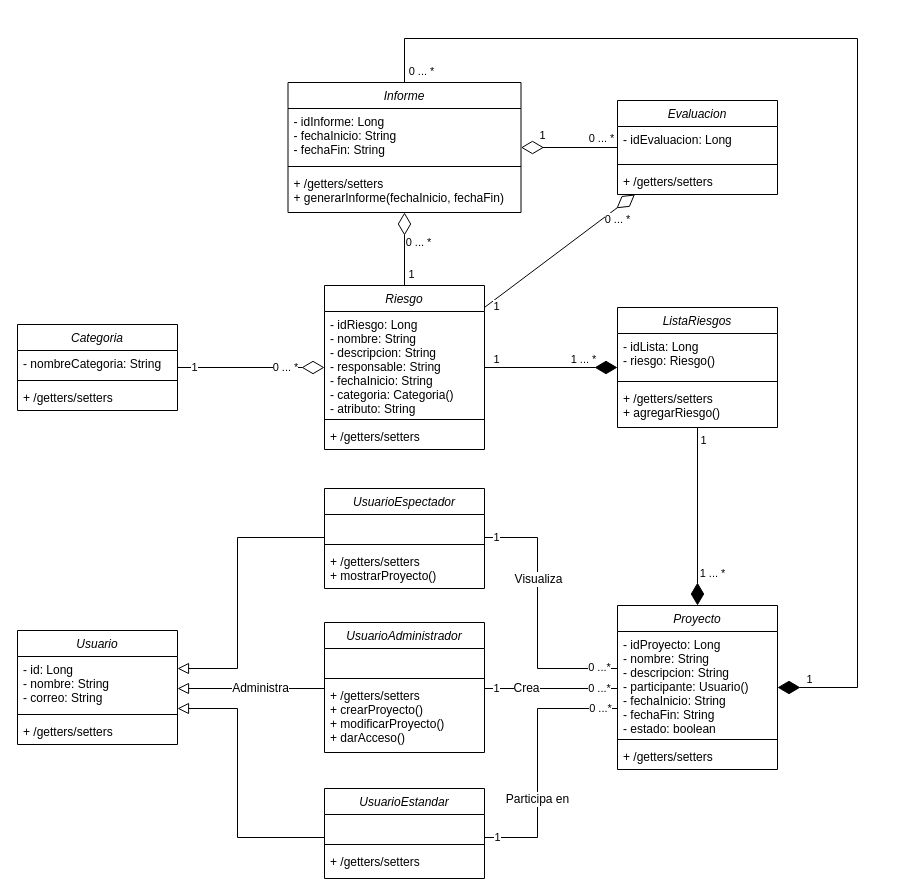
Earlier version of the draw.io diagram Recursos/Diagramas/Diagrama de clases.drawio (fxex/Vesta_Risk_Manager). Source tidied: cells renumbered, new cells numbered last; positions are measured from the earlier drawing's top-left corner, leaving out a move shared by most shapes. Both pictures are drawn from the tidied source at 100%, with x=0, y=0 at pixel (17, 38).
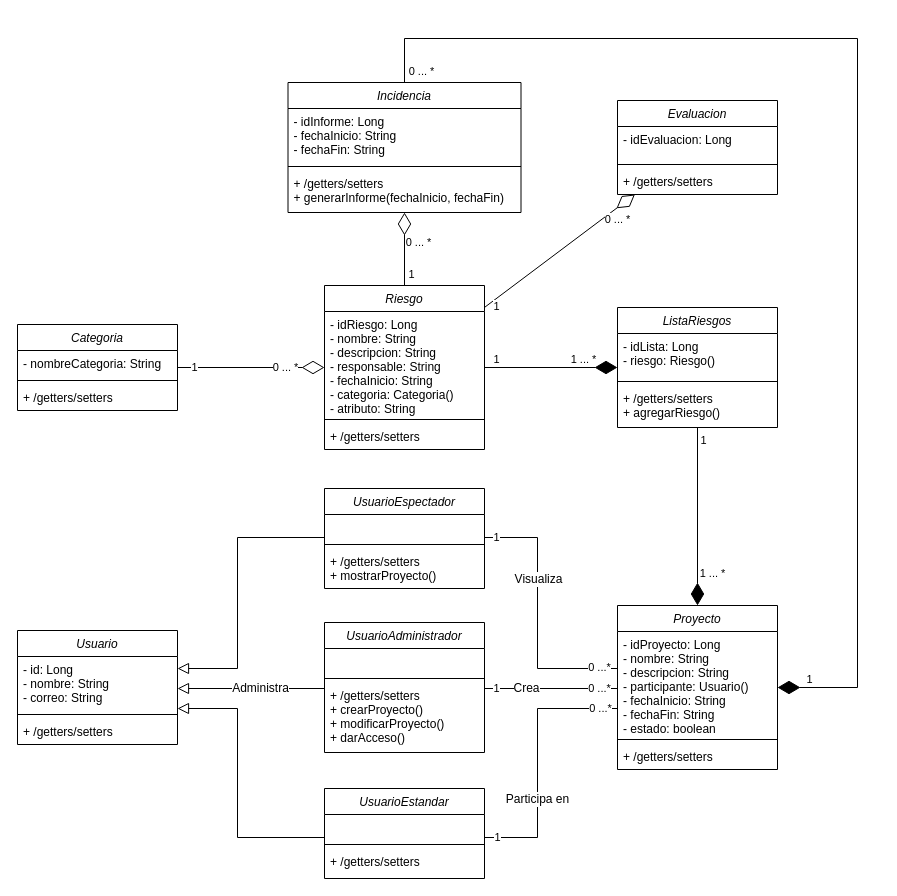
After the change.

Commit message (it also covers changes not shown here):
Agregue en la carpeta de diagramas el diagrama de clases modificado

The change refers to these unchanged cells:
```xml
<mxCell id="18" value="Evaluacion" style="swimlane;fontStyle=2;align=center;verticalAlign=top;horizontal=1;startSize=26;rounded=0;shadow=0;strokeWidth=1;" parent="1" vertex="1">
  <mxGeometry x="600" y="62" width="160" height="94" as="geometry" />
</mxCell>
```

Change to the diagram source:
```diff
@@
-    <mxCell id="15" style="edgeStyle=orthogonalEdgeStyle;rounded=0;jettySize=auto;html=1;endArrow=diamondThin;endFill=0;endSize=20;" parent="1" edge="1" source="18" target="65">
-      <mxGeometry relative="1" as="geometry" />
-    </mxCell>
-    <mxCell id="16" value="1" style="edgeLabel;html=1;align=center;verticalAlign=middle;" parent="15" vertex="1">
-      <mxGeometry x="0.4" relative="1" as="geometry">
-        <mxPoint x="-8" y="-13" as="offset" />
-      </mxGeometry>
-    </mxCell>
-    <mxCell id="17" value="0 ... *" style="edgeLabel;html=1;align=center;verticalAlign=middle;" parent="15" vertex="1">
-      <mxGeometry x="-0.78" y="2" relative="1" as="geometry">
-        <mxPoint x="-6" y="-12" as="offset" />
-      </mxGeometry>
-    </mxCell>
@@
-    <mxCell id="65" value="Informe" style="swimlane;fontStyle=2;align=center;verticalAlign=top;horizontal=1;startSize=26;rounded=0;shadow=0;strokeWidth=1;" parent="1" vertex="1">
+    <mxCell id="65" value="Incidencia&#10;" style="swimlane;fontStyle=2;align=center;verticalAlign=top;horizontal=1;startSize=26;rounded=0;shadow=0;strokeWidth=1;" parent="1" vertex="1">
       <mxGeometry x="270.5" y="44" width="233" height="130" as="geometry" />
     </mxCell>
```
